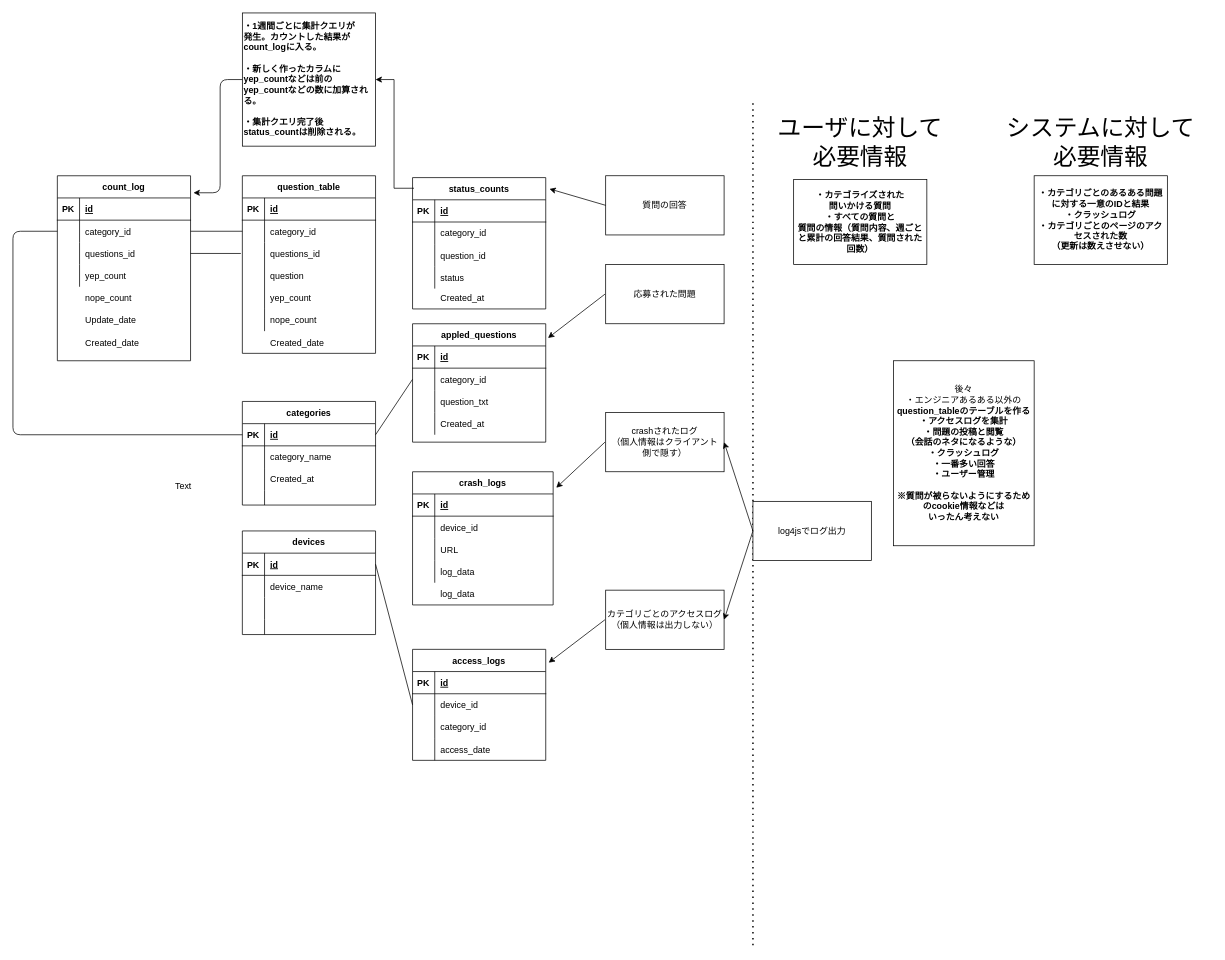
Above: page "スケールDB" (3 of 8) of Untitled Diagram.drawio in ryo-n-cell/aruaruSet (draw.io), before the change. Source tidied: cells renumbered, new cells numbered last; positions are measured from the earlier drawing's top-left corner, leaving out a move shared by most shapes. Both pictures are drawn from the tidied source at 74%, with x=0, y=0 at pixel (13, 13).
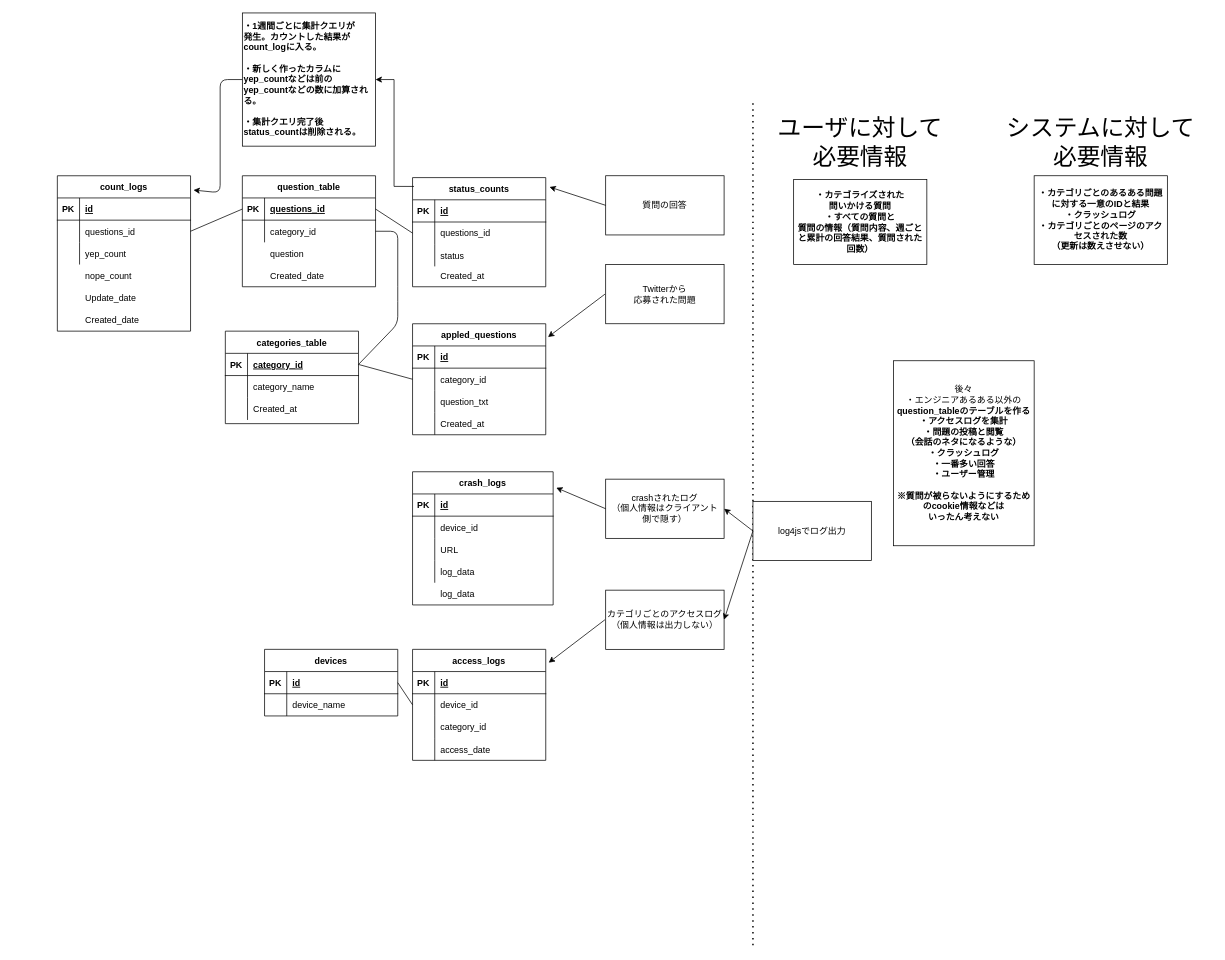
Above is the later version.

The change refers to these unchanged cells:
```xml
<mxCell id="3" style="shape=partialRectangle;fillColor=none;top=0;left=0;bottom=1;right=0;points=[[0,0.5],[1,0.5]];portConstraint=eastwest;" parent="2" vertex="1">
  <mxGeometry y="30" width="180" height="30" as="geometry" />
</mxCell>
<mxCell id="6" style="shape=partialRectangle;fillColor=none;top=0;left=0;bottom=0;right=0;points=[[0,0.5],[1,0.5]];portConstraint=eastwest;" parent="2" vertex="1">
  <mxGeometry y="60" width="180" height="30" as="geometry" />
</mxCell>
<mxCell id="32" style="shape=partialRectangle;fillColor=none;top=0;left=0;bottom=0;right=0;points=[[0,0.5],[1,0.5]];portConstraint=eastwest;" parent="28" vertex="1">
  <mxGeometry y="60" width="180" height="30" as="geometry" />
</mxCell>
<mxCell id="49" value="crash_logs" style="shape=table;startSize=30;childLayout=tableLayout;rowLines=0;fontStyle=1;align=center;" parent="1" vertex="1">
  <mxGeometry x="540" y="620" width="190" height="180" as="geometry" />
</mxCell>
<mxCell id="88" style="shape=partialRectangle;fillColor=none;top=0;left=0;bottom=1;right=0;points=[[0,0.5],[1,0.5]];portConstraint=eastwest;" parent="87" vertex="1">
  <mxGeometry y="30" width="180" height="30" as="geometry" />
</mxCell>
```

What changed in the source:
```diff
@@
     <mxCell id="2" value="question_table" style="shape=table;startSize=30;childLayout=tableLayout;rowLines=0;fontStyle=1;align=center;" parent="1" vertex="1">
-      <mxGeometry x="310" y="220" width="180" height="240" as="geometry" />
+      <mxGeometry x="310" y="220" width="180" height="150" as="geometry" />
     </mxCell>
@@
-    <mxCell id="5" value="id" style="shape=partialRectangle;fillColor=none;top=0;left=0;bottom=0;right=0;align=left;spacingLeft=6;fontStyle=5;overflow=hidden;" parent="3" vertex="1">
+    <mxCell id="5" value="questions_id" style="shape=partialRectangle;fillColor=none;top=0;left=0;bottom=0;right=0;align=left;spacingLeft=6;fontStyle=5;overflow=hidden;" parent="3" vertex="1">
       <mxGeometry x="30" width="150" height="30" as="geometry" />
     </mxCell>
@@
-    <mxCell id="9" style="shape=partialRectangle;fillColor=none;top=0;left=0;bottom=0;right=0;points=[[0,0.5],[1,0.5]];portConstraint=eastwest;" parent="2" vertex="1">
-      <mxGeometry y="90" width="180" height="90" as="geometry" />
-    </mxCell>
-    <mxCell id="10" style="shape=partialRectangle;fillColor=none;top=0;left=0;bottom=0;right=0;overflow=hidden;" parent="9" vertex="1">
-      <mxGeometry width="30" height="90" as="geometry" />
-    </mxCell>
-    <mxCell id="11" style="shape=partialRectangle;fillColor=none;top=0;left=0;bottom=0;right=0;align=left;spacingLeft=6;overflow=hidden;" parent="9" vertex="1">
-      <mxGeometry x="30" width="150" height="90" as="geometry" />
-    </mxCell>
-    <mxCell id="12" style="shape=partialRectangle;fillColor=none;top=0;left=0;bottom=0;right=0;" parent="2" vertex="1">
-      <mxGeometry y="180" width="180" height="30" as="geometry" />
-    </mxCell>
-    <mxCell id="13" style="shape=partialRectangle;fillColor=none;top=0;left=0;bottom=0;right=0;overflow=hidden;" parent="12" vertex="1">
-      <mxGeometry width="30" height="30" as="geometry" />
-    </mxCell>
-    <mxCell id="14" value="nope_count" style="shape=partialRectangle;fillColor=none;top=0;left=0;bottom=0;right=0;align=left;spacingLeft=6;overflow=hidden;" parent="12" vertex="1">
-      <mxGeometry x="30" width="150" height="30" as="geometry" />
-    </mxCell>
-    <mxCell id="15" value="count_log" style="shape=table;startSize=30;childLayout=tableLayout;rowLines=0;fontStyle=1;align=center;" parent="1" vertex="1">
-      <mxGeometry x="60" y="220" width="180" height="250" as="geometry" />
+    <mxCell id="15" value="count_logs" style="shape=table;startSize=30;childLayout=tableLayout;rowLines=0;fontStyle=1;align=center;" parent="1" vertex="1">
+      <mxGeometry x="60" y="220" width="180" height="210" as="geometry" />
     </mxCell>
@@
-    <mxCell id="19" style="shape=partialRectangle;fillColor=none;top=0;left=0;bottom=0;right=0;points=[[0,0.5],[1,0.5]];portConstraint=eastwest;" parent="15" vertex="1">
-      <mxGeometry y="60" width="180" height="30" as="geometry" />
-    </mxCell>
-    <mxCell id="20" style="shape=partialRectangle;fillColor=none;top=0;left=0;bottom=0;right=0;overflow=hidden;" parent="19" vertex="1">
-      <mxGeometry width="30" height="30" as="geometry" />
-    </mxCell>
-    <mxCell id="21" value="category_id" style="shape=partialRectangle;fillColor=none;top=0;left=0;bottom=0;right=0;align=left;spacingLeft=6;overflow=hidden;" parent="19" vertex="1">
-      <mxGeometry x="30" width="150" height="30" as="geometry" />
-    </mxCell>
     <mxCell id="22" style="shape=partialRectangle;fillColor=none;top=0;left=0;bottom=0;right=0;points=[[0,0.5],[1,0.5]];portConstraint=eastwest;" parent="15" vertex="1">
-      <mxGeometry y="90" width="180" height="30" as="geometry" />
+      <mxGeometry y="60" width="180" height="30" as="geometry" />
     </mxCell>
@@
     <mxCell id="25" style="shape=partialRectangle;fillColor=none;top=0;left=0;bottom=0;right=0;" parent="15" vertex="1">
-      <mxGeometry y="120" width="180" height="30" as="geometry" />
+      <mxGeometry y="90" width="180" height="30" as="geometry" />
     </mxCell>
@@
     <mxCell id="28" value="status_counts" style="shape=table;startSize=30;childLayout=tableLayout;rowLines=0;fontStyle=1;align=center;" parent="1" vertex="1">
-      <mxGeometry x="540" y="222.5" width="180" height="177.5" as="geometry" />
+      <mxGeometry x="540" y="222.5" width="180" height="147.5" as="geometry" />
     </mxCell>
@@
-    <mxCell id="34" value="category_id" style="shape=partialRectangle;fillColor=none;top=0;left=0;bottom=0;right=0;align=left;spacingLeft=6;overflow=hidden;" parent="32" vertex="1">
+    <mxCell id="34" value="questions_id" style="shape=partialRectangle;fillColor=none;top=0;left=0;bottom=0;right=0;align=left;spacingLeft=6;overflow=hidden;" parent="32" vertex="1">
       <mxGeometry x="30" width="150" height="30" as="geometry" />
     </mxCell>
-    <mxCell id="35" style="shape=partialRectangle;fillColor=none;top=0;left=0;bottom=0;right=0;" parent="28" vertex="1">
-      <mxGeometry y="90" width="180" height="30" as="geometry" />
-    </mxCell>
-    <mxCell id="36" style="shape=partialRectangle;fillColor=none;top=0;left=0;bottom=0;right=0;overflow=hidden;" parent="35" vertex="1">
-      <mxGeometry width="30" height="30" as="geometry" />
-    </mxCell>
-    <mxCell id="37" value="question_id" style="shape=partialRectangle;fillColor=none;top=0;left=0;bottom=0;right=0;align=left;spacingLeft=6;overflow=hidden;" parent="35" vertex="1">
-      <mxGeometry x="30" width="150" height="30" as="geometry" />
-    </mxCell>
     <mxCell id="38" style="shape=partialRectangle;fillColor=none;top=0;left=0;bottom=0;right=0;" parent="28" vertex="1">
-      <mxGeometry y="120" width="180" height="30" as="geometry" />
+      <mxGeometry y="90" width="180" height="30" as="geometry" />
     </mxCell>
@@
     <mxCell id="41" value="nope_count" style="shape=partialRectangle;fillColor=none;top=0;left=0;bottom=0;right=0;align=left;spacingLeft=6;overflow=hidden;" parent="1" vertex="1">
-      <mxGeometry x="90" y="370" width="150" height="30" as="geometry" />
+      <mxGeometry x="90" y="340" width="150" height="30" as="geometry" />
     </mxCell>
     <mxCell id="42" value="Update_date" style="shape=partialRectangle;fillColor=none;top=0;left=0;bottom=0;right=0;align=left;spacingLeft=6;overflow=hidden;" parent="1" vertex="1">
-      <mxGeometry x="90" y="400" width="150" height="30" as="geometry" />
+      <mxGeometry x="90" y="370" width="150" height="30" as="geometry" />
     </mxCell>
@@
-    <mxCell id="44" value="questions_id" style="shape=partialRectangle;fillColor=none;top=0;left=0;bottom=0;right=0;align=left;spacingLeft=6;overflow=hidden;" parent="1" vertex="1">
-      <mxGeometry x="340" y="310" width="150" height="30" as="geometry" />
-    </mxCell>
-    <mxCell id="45" value="question" style="shape=partialRectangle;fillColor=none;top=0;left=0;bottom=0;right=0;align=left;spacingLeft=6;overflow=hidden;" parent="1" vertex="1">
-      <mxGeometry x="340" y="340" width="150" height="30" as="geometry" />
-    </mxCell>
-    <mxCell id="46" value="yep_count" style="shape=partialRectangle;fillColor=none;top=0;left=0;bottom=0;right=0;align=left;spacingLeft=6;overflow=hidden;" parent="1" vertex="1">
-      <mxGeometry x="340" y="370" width="150" height="30" as="geometry" />
-    </mxCell>
@@
     <mxCell id="62" value="appled_questions" style="shape=table;startSize=30;childLayout=tableLayout;rowLines=0;fontStyle=1;align=center;" parent="1" vertex="1">
-      <mxGeometry x="540" y="420" width="180" height="160" as="geometry" />
+      <mxGeometry x="540" y="420" width="180" height="150" as="geometry" />
     </mxCell>
@@
     <mxCell id="81" value="crashされたログ&lt;br&gt;（個人情報はクライアント&lt;br&gt;側で隠す）" style="rounded=0;whiteSpace=wrap;html=1;" parent="1" vertex="1">
-      <mxGeometry x="801" y="540" width="160" height="80" as="geometry" />
+      <mxGeometry x="801" y="630" width="160" height="80" as="geometry" />
     </mxCell>
     <mxCell id="82" value="Created_at" style="shape=partialRectangle;fillColor=none;top=0;left=0;bottom=0;right=0;align=left;spacingLeft=6;overflow=hidden;" parent="1" vertex="1">
-      <mxGeometry x="570" y="370" width="150" height="30" as="geometry" />
+      <mxGeometry x="570" y="340" width="150" height="30" as="geometry" />
     </mxCell>
-    <mxCell id="83" style="endArrow=classic;html=1;entryX=1.022;entryY=0.12;entryDx=0;entryDy=0;entryPerimeter=0;" parent="1" edge="1" target="49">
-      <mxGeometry relative="1" as="geometry">
-        <mxPoint x="800" y="580" as="sourcePoint" />
-      </mxGeometry>
+    <mxCell id="83" style="endArrow=classic;html=1;entryX=1.022;entryY=0.12;entryDx=0;entryDy=0;entryPerimeter=0;exitX=0;exitY=0.5;exitDx=0;exitDy=0;" parent="1" edge="1" source="81" target="49">
+      <mxGeometry relative="1" as="geometry" />
     </mxCell>
-    <mxCell id="84" value="応募された問題" style="rounded=0;whiteSpace=wrap;html=1;" parent="1" vertex="1">
+    <mxCell id="84" value="Twitterから&lt;br&gt;応募された問題" style="rounded=0;whiteSpace=wrap;html=1;" parent="1" vertex="1">
       <mxGeometry x="801" y="340" width="160" height="80" as="geometry" />
     </mxCell>
@@
-    <mxCell id="87" value="categories" style="shape=table;startSize=30;childLayout=tableLayout;rowLines=0;fontStyle=1;align=center;" parent="1" vertex="1">
-      <mxGeometry x="310" y="525" width="180" height="140" as="geometry" />
+    <mxCell id="87" value="categories_table" style="shape=table;startSize=30;childLayout=tableLayout;rowLines=0;fontStyle=1;align=center;" parent="1" vertex="1">
+      <mxGeometry x="287" y="430" width="180" height="125" as="geometry" />
     </mxCell>
@@
-    <mxCell id="90" value="id" style="shape=partialRectangle;fillColor=none;top=0;left=0;bottom=0;right=0;align=left;spacingLeft=6;fontStyle=5;overflow=hidden;" parent="88" vertex="1">
+    <mxCell id="90" value="category_id" style="shape=partialRectangle;fillColor=none;top=0;left=0;bottom=0;right=0;align=left;spacingLeft=6;fontStyle=5;overflow=hidden;" parent="88" vertex="1">
       <mxGeometry x="30" width="150" height="30" as="geometry" />
     </mxCell>
@@
-    <mxCell id="97" style="shape=partialRectangle;fillColor=none;top=0;left=0;bottom=0;right=0;" parent="87" vertex="1">
-      <mxGeometry y="120" width="180" height="20" as="geometry" />
-    </mxCell>
-    <mxCell id="98" style="shape=partialRectangle;fillColor=none;top=0;left=0;bottom=0;right=0;overflow=hidden;" parent="97" vertex="1">
-      <mxGeometry width="30" height="20" as="geometry" />
-    </mxCell>
-    <mxCell id="99" style="shape=partialRectangle;fillColor=none;top=0;left=0;bottom=0;right=0;align=left;spacingLeft=6;overflow=hidden;" parent="97" vertex="1">
-      <mxGeometry x="30" width="150" height="20" as="geometry" />
-    </mxCell>
@@
     <mxCell id="120" value="Created_date" style="shape=partialRectangle;fillColor=none;top=0;left=0;bottom=0;right=0;align=left;spacingLeft=6;overflow=hidden;" parent="1" vertex="1">
-      <mxGeometry x="90" y="430" width="150" height="30" as="geometry" />
+      <mxGeometry x="90" y="400" width="150" height="30" as="geometry" />
     </mxCell>
     <mxCell id="121" value="Created_date" style="shape=partialRectangle;fillColor=none;top=0;left=0;bottom=0;right=0;align=left;spacingLeft=6;overflow=hidden;" parent="1" vertex="1">
-      <mxGeometry x="340" y="430" width="150" height="30" as="geometry" />
+      <mxGeometry x="340" y="340" width="150" height="30" as="geometry" />
     </mxCell>
-    <mxCell id="122" style="endArrow=none;html=1;entryX=1;entryY=0.5;entryDx=0;entryDy=0;exitX=0;exitY=0.5;exitDx=0;exitDy=0;" parent="1" edge="1" source="6" target="19">
-      <mxGeometry relative="1" as="geometry" />
-    </mxCell>
-    <mxCell id="123" style="endArrow=none;html=1;entryX=1;entryY=0.5;entryDx=0;entryDy=0;exitX=-0.011;exitY=0.167;exitDx=0;exitDy=0;exitPerimeter=0;" parent="1" edge="1" source="9" target="22">
+    <mxCell id="123" style="endArrow=none;html=1;entryX=1;entryY=0.5;entryDx=0;entryDy=0;exitX=0;exitY=0.5;exitDx=0;exitDy=0;" parent="1" edge="1" source="3" target="22">
       <mxGeometry relative="1" as="geometry" />
     </mxCell>
     <mxCell id="124" value="devices" style="shape=table;startSize=30;childLayout=tableLayout;rowLines=0;fontStyle=1;align=center;" parent="1" vertex="1">
-      <mxGeometry x="310" y="700" width="180" height="140" as="geometry" />
+      <mxGeometry x="340" y="860" width="180" height="90" as="geometry" />
     </mxCell>
@@
-    <mxCell id="131" style="shape=partialRectangle;fillColor=none;top=0;left=0;bottom=0;right=0;" parent="124" vertex="1">
-      <mxGeometry y="90" width="180" height="30" as="geometry" />
-    </mxCell>
-    <mxCell id="132" style="shape=partialRectangle;fillColor=none;top=0;left=0;bottom=0;right=0;overflow=hidden;" parent="131" vertex="1">
-      <mxGeometry width="30" height="30" as="geometry" />
-    </mxCell>
-    <mxCell id="133" style="shape=partialRectangle;fillColor=none;top=0;left=0;bottom=0;right=0;align=left;spacingLeft=6;overflow=hidden;" parent="131" vertex="1">
-      <mxGeometry x="30" width="150" height="30" as="geometry" />
-    </mxCell>
-    <mxCell id="134" style="shape=partialRectangle;fillColor=none;top=0;left=0;bottom=0;right=0;" parent="124" vertex="1">
-      <mxGeometry y="120" width="180" height="20" as="geometry" />
-    </mxCell>
-    <mxCell id="135" style="shape=partialRectangle;fillColor=none;top=0;left=0;bottom=0;right=0;overflow=hidden;" parent="134" vertex="1">
-      <mxGeometry width="30" height="20" as="geometry" />
-    </mxCell>
-    <mxCell id="136" style="shape=partialRectangle;fillColor=none;top=0;left=0;bottom=0;right=0;align=left;spacingLeft=6;overflow=hidden;" parent="134" vertex="1">
-      <mxGeometry x="30" width="150" height="20" as="geometry" />
-    </mxCell>
@@
-    <mxCell id="138" style="endArrow=none;html=1;exitX=0;exitY=0.5;exitDx=0;exitDy=0;entryX=0;entryY=0.5;entryDx=0;entryDy=0;" parent="1" edge="1" source="88" target="19">
-      <mxGeometry relative="1" as="geometry">
-        <Array as="points">
-          <mxPoint y="570" />
-          <mxPoint y="295" />
-        </Array>
-      </mxGeometry>
-    </mxCell>
@@
-    <mxCell id="140" value="Text" style="text;html=1;align=center;verticalAlign=middle;strokeColor=none;" parent="1" vertex="1">
-      <mxGeometry x="210" y="630" width="40" height="20" as="geometry" />
-    </mxCell>
+    <mxCell id="141" style="endArrow=none;html=1;exitX=1;exitY=0.5;exitDx=0;exitDy=0;entryX=1;entryY=0.5;entryDx=0;entryDy=0;" parent="1" edge="1" source="88" target="6">
+      <mxGeometry relative="1" as="geometry">
+        <Array as="points">
+          <mxPoint x="520" y="420" />
+          <mxPoint x="520" y="380" />
+          <mxPoint x="520" y="295" />
+        </Array>
+      </mxGeometry>
+    </mxCell>
+    <mxCell id="45" value="question" style="shape=partialRectangle;fillColor=none;top=0;left=0;bottom=0;right=0;align=left;spacingLeft=6;overflow=hidden;" parent="1" vertex="1">
+      <mxGeometry x="340" y="310" width="150" height="30" as="geometry" />
+    </mxCell>
+    <mxCell id="142" style="endArrow=none;html=1;exitX=1;exitY=0.5;exitDx=0;exitDy=0;entryX=0;entryY=0.5;entryDx=0;entryDy=0;" parent="1" edge="1" source="3" target="32">
+      <mxGeometry relative="1" as="geometry" />
+    </mxCell>
```
